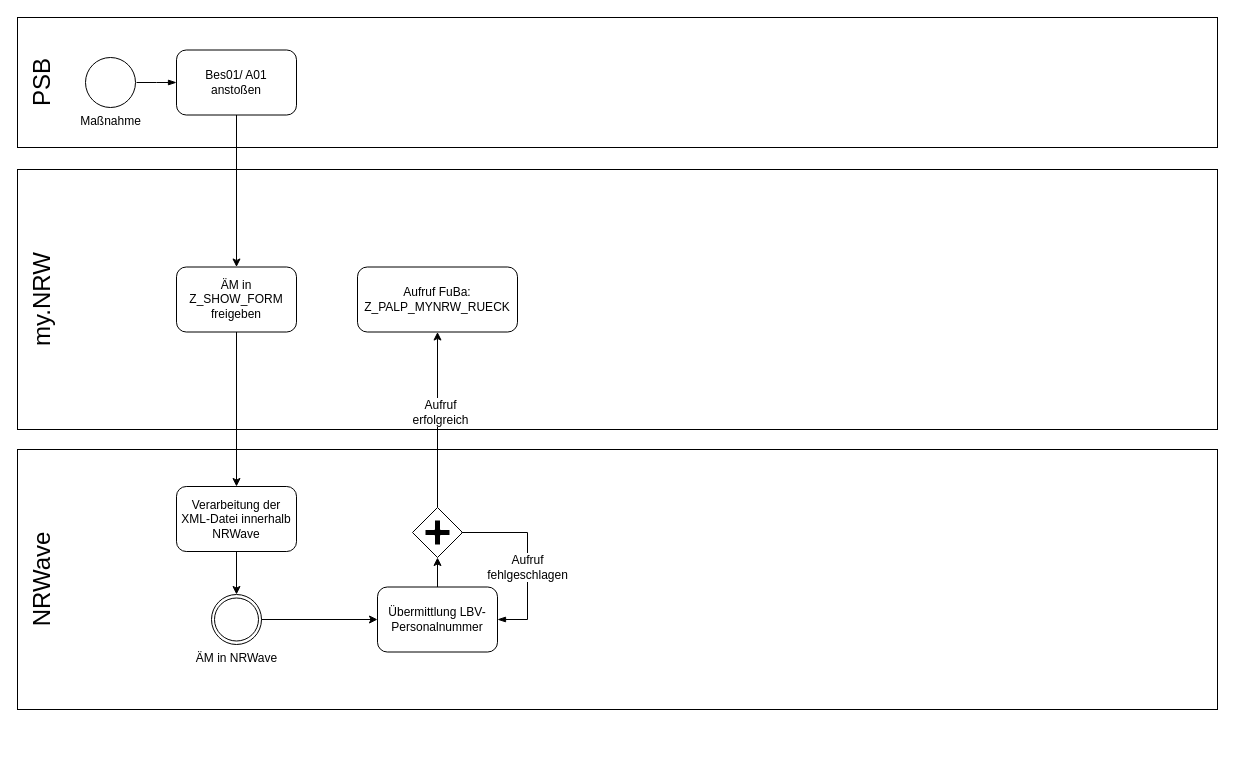
Fa8io/Sequenzdiagramm keeps this draw.io diagram as Unbenanntes Diagramm.drawio. Above is the earlier version. Source tidied: cells renumbered, new cells numbered last; positions are measured from the earlier drawing's top-left corner, leaving out a move shared by most shapes. Both pictures are drawn from the tidied source at 100%, with x=0, y=0 at pixel (-43, 17).
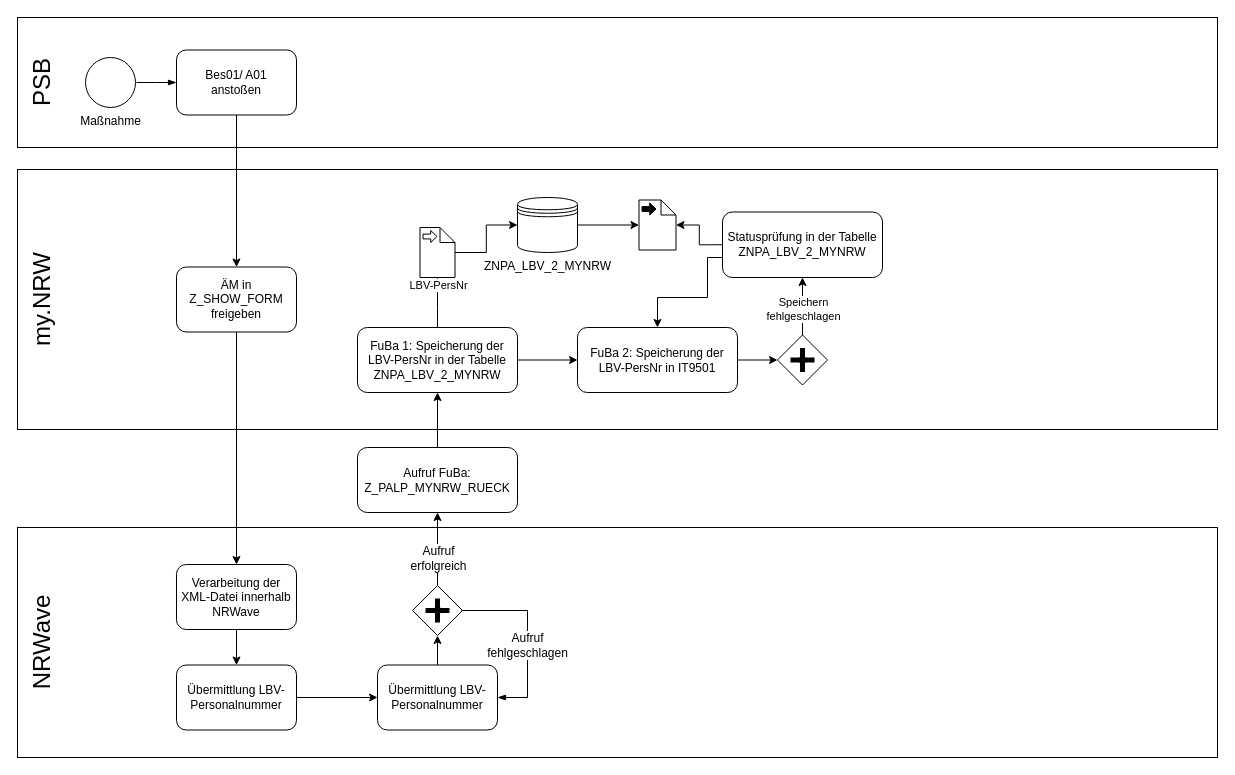
After the change.

The change refers to these unchanged cells:
```xml
<mxCell id="21" style="edgeStyle=orthogonalEdgeStyle;rounded=0;jettySize=auto;html=1;entryX=0.5;entryY=1;entryDx=0;entryDy=0;" parent="1" edge="1" source="23" target="25">
  <mxGeometry relative="1" as="geometry" />
</mxCell>
```

Diff of the diagram source:
```diff
@@
     <mxCell id="3" style="rounded=0;whiteSpace=wrap;html=1;" parent="1" vertex="1">
-      <mxGeometry x="60" y="432" width="1200" height="260" as="geometry" />
+      <mxGeometry x="60" y="510" width="1200" height="230" as="geometry" />
     </mxCell>
     <mxCell id="4" value="&lt;font style=&quot;font-size: 24px;&quot;&gt;NRWave&lt;/font&gt;" style="text;html=1;align=center;verticalAlign=middle;whiteSpace=wrap;rounded=0;rotation=-90;" parent="1" vertex="1">
-      <mxGeometry y="547" width="170" height="30" as="geometry" />
+      <mxGeometry y="610" width="170" height="30" as="geometry" />
     </mxCell>
@@
-    <mxCell id="13" style="edgeStyle=orthogonalEdgeStyle;rounded=0;jettySize=auto;html=1;entryX=0.5;entryY=0;entryDx=0;entryDy=0;" parent="1" edge="1" source="14" target="15">
-      <mxGeometry relative="1" as="geometry" />
-    </mxCell>
+    <mxCell id="26" style="edgeStyle=orthogonalEdgeStyle;rounded=0;jettySize=auto;html=1;" parent="1" edge="1" source="14" target="46">
+      <mxGeometry relative="1" as="geometry" />
+    </mxCell>
     <mxCell id="14" value="Verarbeitung der XML-Datei innerhalb NRWave" style="shape=ext;rounded=1;html=1;whiteSpace=wrap;" parent="1" vertex="1">
-      <mxGeometry x="219" y="469" width="120" height="65" as="geometry" />
+      <mxGeometry x="219" y="547" width="120" height="65" as="geometry" />
     </mxCell>
-    <mxCell id="15" value="ÄM in NRWave" style="shape=mxgraph.bpmn.shape;html=1;verticalLabelPosition=bottom;labelBackgroundColor=#ffffff;verticalAlign=top;perimeter=ellipsePerimeter;outline=standard;symbol=general;" parent="1" vertex="1">
-      <mxGeometry x="254" y="577" width="50" height="50" as="geometry" />
-    </mxCell>
-    <mxCell id="16" style="shape=mxgraph.bpmn.shape;html=1;verticalLabelPosition=bottom;labelBackgroundColor=#ffffff;verticalAlign=top;perimeter=ellipsePerimeter;outline=standard;symbol=general;" parent="1" vertex="1">
-      <mxGeometry x="257" y="580.5" width="44" height="43" as="geometry" />
-    </mxCell>
@@
     <mxCell id="19" value="Übermittlung LBV-Personalnummer" style="shape=ext;rounded=1;html=1;whiteSpace=wrap;" parent="1" vertex="1">
-      <mxGeometry x="420" y="569.5" width="120" height="65" as="geometry" />
+      <mxGeometry x="420" y="647.5" width="120" height="65" as="geometry" />
     </mxCell>
-    <mxCell id="20" style="edgeStyle=orthogonalEdgeStyle;rounded=0;jettySize=auto;html=1;entryX=0;entryY=0.5;entryDx=0;entryDy=0;" parent="1" edge="1" source="15" target="19">
-      <mxGeometry relative="1" as="geometry" />
-    </mxCell>
@@
     <mxCell id="22" value="&lt;font style=&quot;font-size: 12px;&quot;&gt;Aufruf&lt;/font&gt;&lt;div style=&quot;font-size: 12px;&quot;&gt;&lt;font style=&quot;font-size: 12px;&quot;&gt;erfolgreich&lt;/font&gt;&lt;/div&gt;" style="edgeLabel;html=1;align=center;verticalAlign=middle;" parent="21" vertex="1">
-      <mxGeometry x="0.09" y="-2" relative="1" as="geometry" />
+      <mxGeometry x="0.09" y="-2" relative="1" as="geometry">
+        <mxPoint x="-2" y="12" as="offset" />
+      </mxGeometry>
     </mxCell>
     <mxCell id="23" style="shape=mxgraph.bpmn.shape;html=1;verticalLabelPosition=bottom;labelBackgroundColor=#ffffff;verticalAlign=top;perimeter=rhombusPerimeter;background=gateway;outline=none;symbol=parallelGw;" parent="1" vertex="1">
-      <mxGeometry x="455" y="490" width="50" height="50" as="geometry" />
+      <mxGeometry x="455" y="568" width="50" height="50" as="geometry" />
     </mxCell>
     <mxCell id="24" value="Aufruf&lt;div&gt;fehlgeschlagen&lt;/div&gt;" style="edgeStyle=elbowEdgeStyle;fontSize=12;html=1;endArrow=blockThin;endFill=1;rounded=0;entryX=1;entryY=0.5;entryDx=0;entryDy=0;" parent="1" edge="1" target="19">
       <mxGeometry x="0.1" relative="1" as="geometry">
-        <mxPoint x="504" y="515" as="sourcePoint" />
+        <mxPoint x="504" y="593" as="sourcePoint" />
         <Array as="points">
-          <mxPoint x="570" y="560" />
+          <mxPoint x="570" y="638" />
         </Array>
       </mxGeometry>
     </mxCell>
+    <mxCell id="27" style="edgeStyle=orthogonalEdgeStyle;rounded=0;jettySize=auto;html=1;entryX=0.5;entryY=1;entryDx=0;entryDy=0;" parent="1" edge="1" source="25" target="29">
+      <mxGeometry relative="1" as="geometry" />
+    </mxCell>
     <mxCell id="25" value="Aufruf FuBa: Z_PALP_MYNRW_RUECK" style="shape=ext;rounded=1;html=1;whiteSpace=wrap;" parent="1" vertex="1">
-      <mxGeometry x="400" y="249.5" width="160" height="65" as="geometry" />
+      <mxGeometry x="400" y="430" width="160" height="65" as="geometry" />
     </mxCell>
+    <mxCell id="28" style="edgeStyle=orthogonalEdgeStyle;rounded=0;jettySize=auto;html=1;" parent="1" edge="1" source="29" target="31">
+      <mxGeometry relative="1" as="geometry" />
+    </mxCell>
+    <mxCell id="29" value="FuBa 1: Speicherung der LBV-PersNr in der Tabelle ZNPA_LBV_2_MYNRW" style="shape=ext;rounded=1;html=1;whiteSpace=wrap;" parent="1" vertex="1">
+      <mxGeometry x="400" y="310" width="160" height="65" as="geometry" />
+    </mxCell>
+    <mxCell id="30" style="edgeStyle=orthogonalEdgeStyle;rounded=0;jettySize=auto;html=1;entryX=0;entryY=0.5;entryDx=0;entryDy=0;" parent="1" edge="1" source="31" target="40">
+      <mxGeometry relative="1" as="geometry" />
+    </mxCell>
+    <mxCell id="31" value="FuBa 2: Speicherung der LBV-PersNr in IT9501" style="shape=ext;rounded=1;html=1;whiteSpace=wrap;" parent="1" vertex="1">
+      <mxGeometry x="620" y="310" width="160" height="65" as="geometry" />
+    </mxCell>
+    <mxCell id="32" style="edgeStyle=orthogonalEdgeStyle;rounded=0;jettySize=auto;html=1;" parent="1" edge="1" source="33" target="44">
+      <mxGeometry relative="1" as="geometry" />
+    </mxCell>
+    <mxCell id="33" value="ZNPA_LBV_2_MYNRW" style="shape=datastore;html=1;labelPosition=center;verticalLabelPosition=bottom;align=center;verticalAlign=top;" parent="1" vertex="1">
+      <mxGeometry x="560" y="180" width="60" height="55" as="geometry" />
+    </mxCell>
+    <mxCell id="34" style="edgeStyle=orthogonalEdgeStyle;rounded=0;jettySize=auto;html=1;entryX=0;entryY=0.5;entryDx=0;entryDy=0;" parent="1" edge="1" source="35" target="33">
+      <mxGeometry relative="1" as="geometry" />
+    </mxCell>
+    <mxCell id="35" style="shape=mxgraph.bpmn.data;labelPosition=center;verticalLabelPosition=bottom;align=center;verticalAlign=top;size=15;html=1;bpmnTransferType=input;" parent="1" vertex="1">
+      <mxGeometry x="462.5" y="210" width="35" height="50" as="geometry" />
+    </mxCell>
+    <mxCell id="36" style="edgeStyle=orthogonalEdgeStyle;rounded=0;jettySize=auto;html=1;entryX=0.5;entryY=1;entryDx=0;entryDy=0;entryPerimeter=0;" parent="1" edge="1" source="29" target="35">
+      <mxGeometry relative="1" as="geometry">
+        <Array as="points">
+          <mxPoint x="480" y="290" />
+          <mxPoint x="480" y="290" />
+        </Array>
+      </mxGeometry>
+    </mxCell>
+    <mxCell id="37" value="LBV-PersNr" style="edgeLabel;html=1;align=center;verticalAlign=middle;" parent="36" vertex="1">
+      <mxGeometry x="0.24" y="2" relative="1" as="geometry">
+        <mxPoint x="2" y="-12" as="offset" />
+      </mxGeometry>
+    </mxCell>
+    <mxCell id="38" style="edgeStyle=orthogonalEdgeStyle;rounded=0;jettySize=auto;html=1;entryX=0.5;entryY=1;entryDx=0;entryDy=0;" parent="1" edge="1" source="40" target="43">
+      <mxGeometry relative="1" as="geometry" />
+    </mxCell>
+    <mxCell id="39" value="Speichern&lt;div&gt;fehlgeschlagen&lt;/div&gt;" style="edgeLabel;html=1;align=center;verticalAlign=middle;" parent="38" vertex="1">
+      <mxGeometry x="-0.08" relative="1" as="geometry" />
+    </mxCell>
+    <mxCell id="40" style="shape=mxgraph.bpmn.shape;html=1;verticalLabelPosition=bottom;labelBackgroundColor=#ffffff;verticalAlign=top;perimeter=rhombusPerimeter;background=gateway;outline=none;symbol=parallelGw;" parent="1" vertex="1">
+      <mxGeometry x="820" y="317.5" width="50" height="50" as="geometry" />
+    </mxCell>
+    <mxCell id="41" style="edgeStyle=orthogonalEdgeStyle;rounded=0;jettySize=auto;html=1;entryX=0.5;entryY=0;entryDx=0;entryDy=0;" parent="1" edge="1" target="31">
+      <mxGeometry relative="1" as="geometry">
+        <mxPoint x="765" y="230" as="sourcePoint" />
+        <Array as="points">
+          <mxPoint x="765" y="240" />
+          <mxPoint x="750" y="240" />
+          <mxPoint x="750" y="280" />
+          <mxPoint x="700" y="280" />
+        </Array>
+      </mxGeometry>
+    </mxCell>
+    <mxCell id="42" style="edgeStyle=orthogonalEdgeStyle;rounded=0;jettySize=auto;html=1;exitX=0;exitY=0.5;exitDx=0;exitDy=0;" parent="1" edge="1" source="43" target="44">
+      <mxGeometry relative="1" as="geometry" />
+    </mxCell>
+    <mxCell id="43" value="Statusprüfung in der Tabelle ZNPA_LBV_2_MYNRW" style="shape=ext;rounded=1;html=1;whiteSpace=wrap;" parent="1" vertex="1">
+      <mxGeometry x="765" y="194.5" width="160" height="65.5" as="geometry" />
+    </mxCell>
+    <mxCell id="44" style="shape=mxgraph.bpmn.data;labelPosition=center;verticalLabelPosition=bottom;align=center;verticalAlign=top;size=15;html=1;bpmnTransferType=output;" parent="1" vertex="1">
+      <mxGeometry x="681.5" y="182.5" width="37" height="50" as="geometry" />
+    </mxCell>
+    <mxCell id="45" style="edgeStyle=orthogonalEdgeStyle;rounded=0;jettySize=auto;html=1;entryX=0;entryY=0.5;entryDx=0;entryDy=0;" parent="1" edge="1" source="46" target="19">
+      <mxGeometry relative="1" as="geometry" />
+    </mxCell>
+    <mxCell id="46" value="Übermittlung LBV-Personalnummer" style="shape=ext;rounded=1;html=1;whiteSpace=wrap;" parent="1" vertex="1">
+      <mxGeometry x="219" y="647.5" width="120" height="65" as="geometry" />
+    </mxCell>
```
